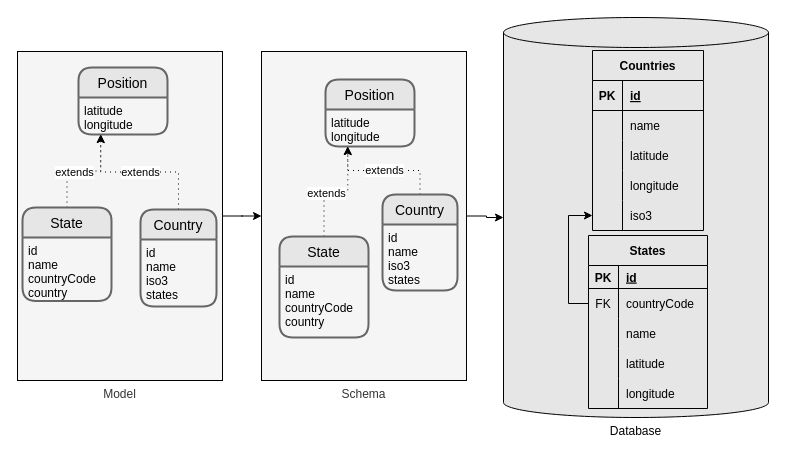
The draw.io diagram design/schema2.drawio in lambda-orm/lambdaorm, before the edit. Source tidied: cells renumbered, new cells numbered last; positions are measured from the earlier drawing's top-left corner, leaving out a move shared by most shapes. Both pictures are drawn from the tidied source at 100%, with x=0, y=0 at pixel (17, 17).
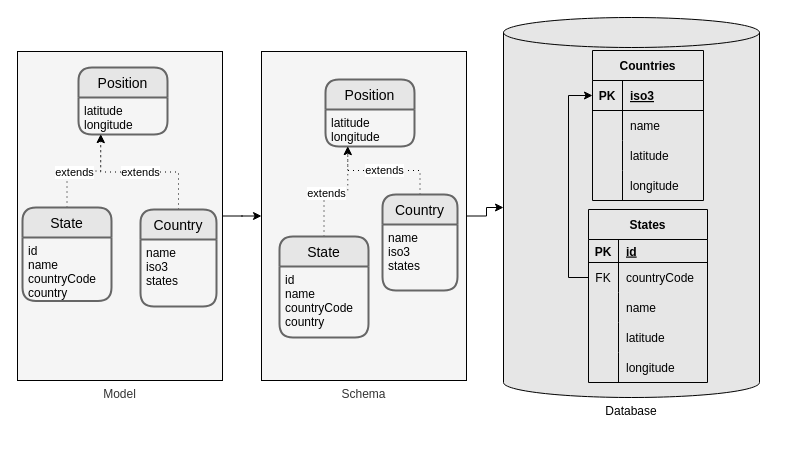
Above is the later version.

Unchanged cells that the change refers to:
```xml
<mxCell id="12" style="shape=partialRectangle;fillColor=none;top=0;left=0;bottom=1;right=0;points=[[0,0.5],[1,0.5]];portConstraint=eastwest;" parent="11" vertex="1">
  <mxGeometry y="30" width="111" height="30" as="geometry" />
</mxCell>
<mxCell id="32" style="shape=partialRectangle;fillColor=none;top=0;left=0;bottom=0;right=0;points=[[0,0.5],[1,0.5]];portConstraint=eastwest;fontColor=#000000;" parent="28" vertex="1">
  <mxGeometry y="53" width="119" height="30" as="geometry" />
</mxCell>
<mxCell id="45" value="Country" style="swimlane;horizontal=1;startSize=30;rounded=1;fontSize=14;fontStyle=0;strokeWidth=2;shadow=0;dashed=0;align=center;fontColor=#000000;fillColor=#E6E6E6;strokeColor=#666666;" parent="1" vertex="1">
  <mxGeometry x="123" y="192" width="76" height="97" as="geometry" />
</mxCell>
<mxCell id="56" value="Country" style="swimlane;horizontal=1;startSize=30;rounded=1;fontSize=14;fontStyle=0;strokeWidth=2;shadow=0;dashed=0;align=center;fontColor=#000000;fillColor=#E6E6E6;strokeColor=#666666;" parent="1" vertex="1">
  <mxGeometry x="365" y="177" width="75" height="96" as="geometry" />
</mxCell>
```

Diff of the diagram source:
```diff
@@
     <mxCell id="4" value="Database" style="shape=cylinder3;whiteSpace=wrap;html=1;boundedLbl=1;backgroundOutline=1;size=15;fillColor=#E6E6E6;strokeColor=#000000;labelPosition=center;verticalLabelPosition=bottom;align=center;verticalAlign=top;fontColor=#000000;" parent="1" vertex="1">
-      <mxGeometry x="486" width="265" height="400" as="geometry" />
+      <mxGeometry x="486" width="256" height="380" as="geometry" />
     </mxCell>
@@
     <mxCell id="11" value="Countries" style="shape=table;startSize=30;childLayout=tableLayout;rowLines=0;fontStyle=1;align=center;fontColor=#000000;strokeColor=#000000;fillColor=#E6E6E6;" parent="1" vertex="1">
-      <mxGeometry x="575" y="33" width="111" height="180" as="geometry" />
+      <mxGeometry x="575" y="33" width="111" height="150" as="geometry" />
     </mxCell>
@@
-    <mxCell id="14" value="id" style="shape=partialRectangle;fillColor=none;top=0;left=0;bottom=0;right=0;align=left;spacingLeft=6;fontStyle=5;overflow=hidden;fontColor=#000000;" parent="12" vertex="1">
+    <mxCell id="14" value="iso3" style="shape=partialRectangle;fillColor=none;top=0;left=0;bottom=0;right=0;align=left;spacingLeft=6;fontStyle=5;overflow=hidden;fontColor=#000000;" parent="12" vertex="1">
       <mxGeometry x="30" width="81" height="30" as="geometry" />
     </mxCell>
@@
-    <mxCell id="24" style="shape=partialRectangle;fillColor=none;top=0;left=0;bottom=0;right=0;points=[[0,0.5],[1,0.5]];portConstraint=eastwest;" parent="11" vertex="1">
-      <mxGeometry y="150" width="111" height="30" as="geometry" />
-    </mxCell>
-    <mxCell id="25" style="shape=partialRectangle;fillColor=none;top=0;left=0;bottom=0;right=0;overflow=hidden;" parent="24" vertex="1">
-      <mxGeometry width="30" height="30" as="geometry" />
-    </mxCell>
-    <mxCell id="26" value="iso3" style="shape=partialRectangle;fillColor=none;top=0;left=0;bottom=0;right=0;align=left;spacingLeft=6;overflow=hidden;fontColor=#000000;" parent="24" vertex="1">
-      <mxGeometry x="30" width="81" height="30" as="geometry" />
-    </mxCell>
-    <mxCell id="27" style="edgeStyle=orthogonalEdgeStyle;rounded=0;jettySize=auto;html=1;exitX=0;exitY=0.5;exitDx=0;exitDy=0;entryX=0;entryY=0.5;entryDx=0;entryDy=0;fontColor=#000000;strokeColor=#000000;" parent="1" edge="1" source="32" target="24">
+    <mxCell id="27" style="edgeStyle=orthogonalEdgeStyle;rounded=0;jettySize=auto;html=1;exitX=0;exitY=0.5;exitDx=0;exitDy=0;entryX=0;entryY=0.5;entryDx=0;entryDy=0;fontColor=#000000;strokeColor=#000000;" parent="1" edge="1" source="32" target="12">
       <mxGeometry relative="1" as="geometry" />
     </mxCell>
     <mxCell id="28" value="States" style="shape=table;startSize=30;childLayout=tableLayout;rowLines=0;fontStyle=1;align=center;fontColor=#000000;strokeColor=#000000;fillColor=#E6E6E6;" parent="1" vertex="1">
-      <mxGeometry x="571" y="218" width="119" height="173" as="geometry" />
+      <mxGeometry x="571" y="192" width="119" height="173" as="geometry" />
     </mxCell>
@@
-    <mxCell id="46" value="id&#10;name&#10;iso3&#10;states" style="align=left;strokeColor=none;fillColor=none;spacingLeft=4;fontSize=12;verticalAlign=top;fontColor=#000000;" parent="45" vertex="1">
+    <mxCell id="46" value="name&#10;iso3&#10;states" style="align=left;strokeColor=none;fillColor=none;spacingLeft=4;fontSize=12;verticalAlign=top;fontColor=#000000;" parent="45" vertex="1">
       <mxGeometry y="30" width="76" height="67" as="geometry" />
     </mxCell>
@@
-    <mxCell id="57" value="id&#10;name&#10;iso3&#10;states" style="align=left;strokeColor=none;fillColor=none;spacingLeft=4;fontSize=12;verticalAlign=top;fontColor=#000000;" parent="56" vertex="1">
+    <mxCell id="57" value="name&#10;iso3&#10;states" style="align=left;strokeColor=none;fillColor=none;spacingLeft=4;fontSize=12;verticalAlign=top;fontColor=#000000;" parent="56" vertex="1">
       <mxGeometry y="30" width="75" height="66" as="geometry" />
     </mxCell>
```
